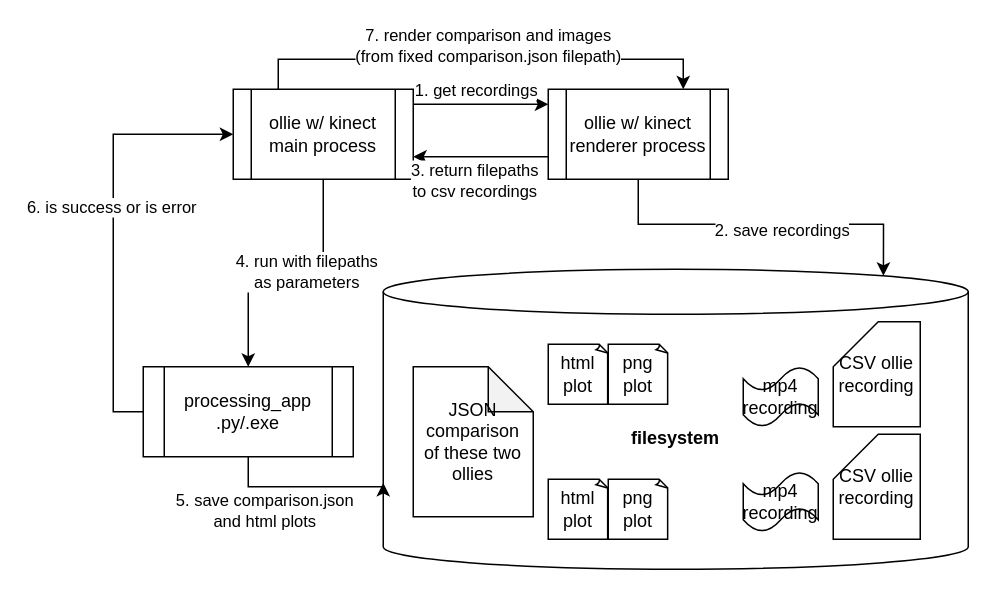
Earlier version of the draw.io diagram docs/dataflow.drawio (mfrszpiotro/ollie_with_kinect). Source tidied: cells renumbered, new cells numbered last; positions are measured from the earlier drawing's top-left corner, leaving out a move shared by most shapes. Both pictures are drawn from the tidied source at 150%, with x=0, y=0 at pixel (142, 58).
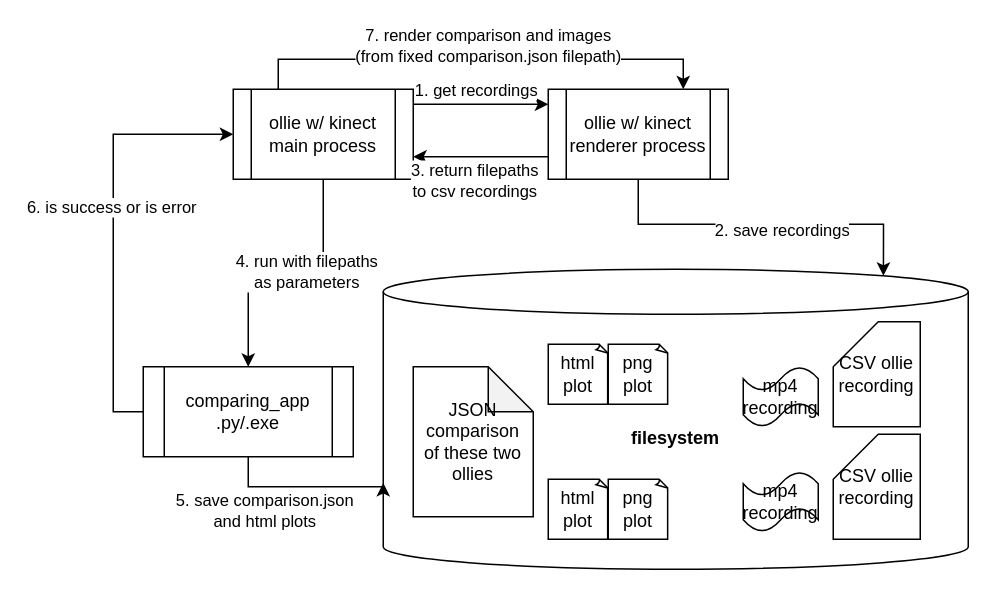
Above is the later version.

Commit message (it also covers changes not shown here):
feat: updated comparing program and modified related files to the update

Change to the diagram source:
```diff
@@
-    <mxCell id="6" value="processing_app&lt;br&gt;.py/.exe" style="shape=process;whiteSpace=wrap;html=1;backgroundOutline=1;" parent="1" vertex="1">
+    <mxCell id="6" value="comparing_app&lt;br&gt;.py/.exe" style="shape=process;whiteSpace=wrap;html=1;backgroundOutline=1;" parent="1" vertex="1">
       <mxGeometry y="205" width="140" height="60" as="geometry" />
     </mxCell>
```
